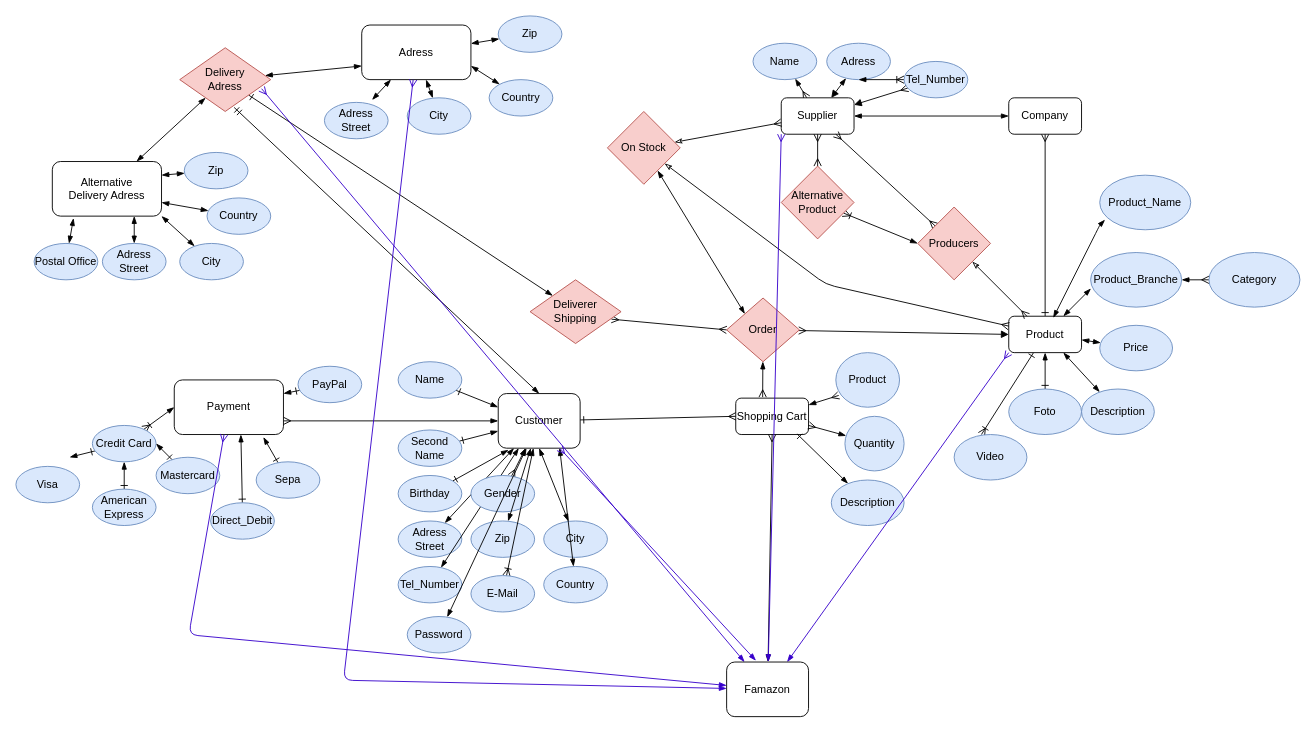
Above: page "Famazon-Visual 2" (2 of 3) of Michael/FamazonMichael.drawio in MichaelGarrigosa/backenddayone (draw.io), before the change. Source tidied: cells renumbered, new cells numbered last; positions are measured from the earlier drawing's top-left corner, leaving out a move shared by most shapes. Both pictures are drawn from the tidied source at 91%, with x=0, y=0 at pixel (15, 15).
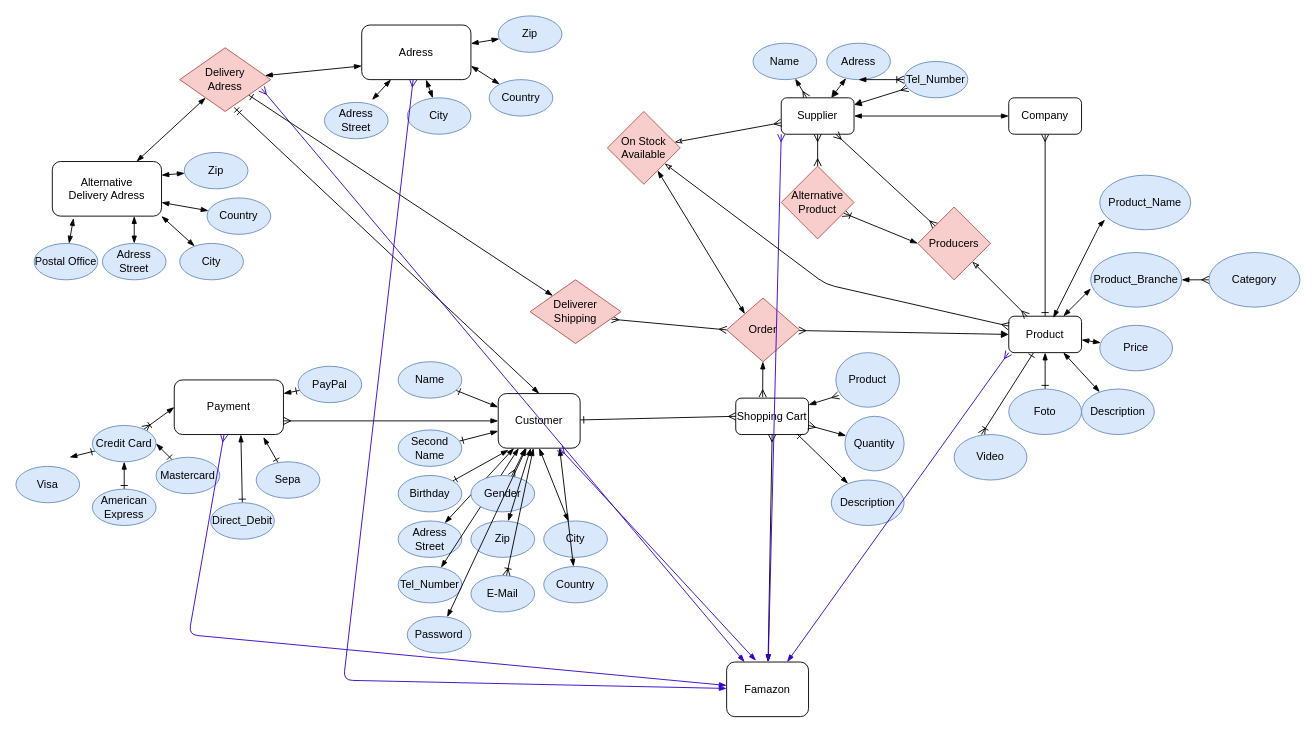
The same page after the edit.

What changed in the source:
```diff
@@
-    <mxCell id="36" value="On Stock" style="rhombus;whiteSpace=wrap;html=1;fillColor=#f8cecc;strokeColor=#b85450;" parent="1" vertex="1">
+    <mxCell id="36" value="On Stock Available" style="rhombus;whiteSpace=wrap;html=1;fillColor=#f8cecc;strokeColor=#b85450;" parent="1" vertex="1">
       <mxGeometry x="650" y="105" width="80" height="80" as="geometry" />
     </mxCell>
```
